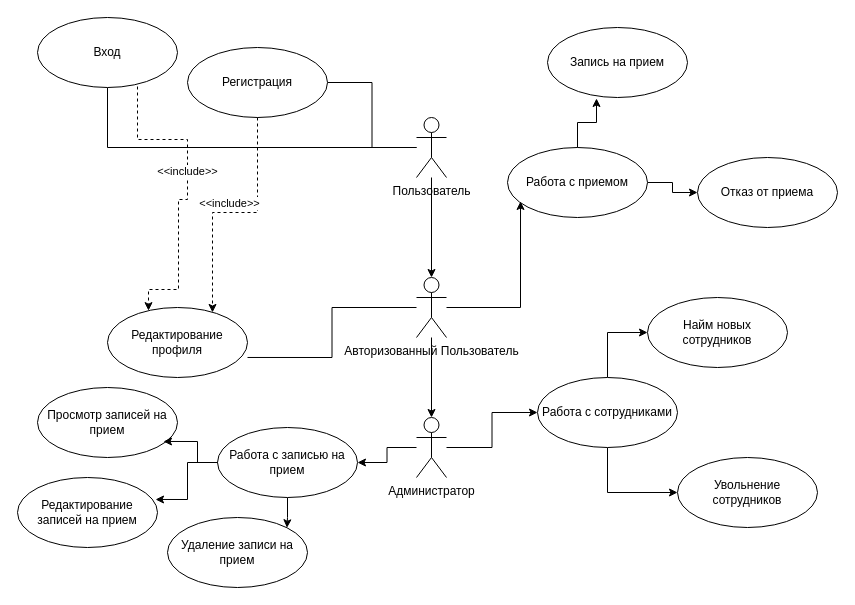
Above: UML/UML диаграмма.drawio in shtorm901/Beauty_Studio_Data_Base (draw.io), before the change. Source tidied: cells renumbered, new cells numbered last; positions are measured from the earlier drawing's top-left corner, leaving out a move shared by most shapes. Both pictures are drawn from the tidied source at 100%, with x=0, y=0 at pixel (17, 17).
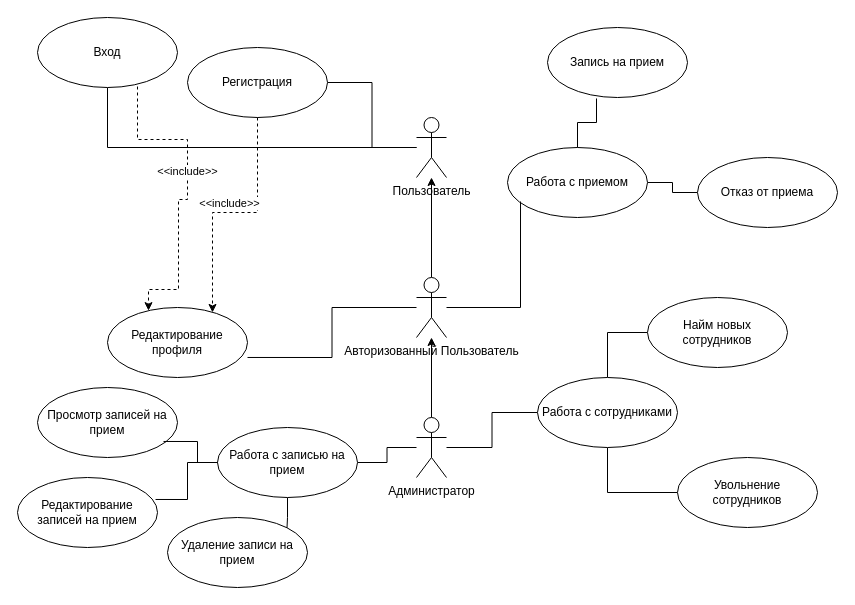
The same page after the edit.

Unchanged cells that the change refers to:
```xml
<mxCell id="5" value="Пользователь&lt;br&gt;" style="shape=umlActor;verticalLabelPosition=bottom;verticalAlign=top;html=1;outlineConnect=0;" parent="1" vertex="1">
  <mxGeometry x="399" y="100" width="30" height="60" as="geometry" />
</mxCell>
<mxCell id="7" value="Авторизованный Пользователь" style="shape=umlActor;verticalLabelPosition=bottom;verticalAlign=top;html=1;outlineConnect=0;" parent="1" vertex="1">
  <mxGeometry x="399" y="260" width="30" height="60" as="geometry" />
</mxCell>
<mxCell id="10" value="Администратор" style="shape=umlActor;verticalLabelPosition=bottom;verticalAlign=top;html=1;outlineConnect=0;" parent="1" vertex="1">
  <mxGeometry x="399" y="400" width="30" height="60" as="geometry" />
</mxCell>
<mxCell id="20" value="Работа с приемом" style="ellipse;whiteSpace=wrap;html=1;" parent="1" vertex="1">
  <mxGeometry x="490" y="130" width="140" height="70" as="geometry" />
</mxCell>
<mxCell id="22" value="Запись на прием" style="ellipse;whiteSpace=wrap;html=1;" parent="1" vertex="1">
  <mxGeometry x="530" y="10" width="140" height="70" as="geometry" />
</mxCell>
<mxCell id="24" value="Отказ от приема" style="ellipse;whiteSpace=wrap;html=1;" parent="1" vertex="1">
  <mxGeometry x="680" y="140" width="140" height="70" as="geometry" />
</mxCell>
<mxCell id="27" value="Работа с сотрудниками" style="ellipse;whiteSpace=wrap;html=1;" parent="1" vertex="1">
  <mxGeometry x="520" y="360" width="140" height="70" as="geometry" />
</mxCell>
<mxCell id="28" value="Найм новых сотрудников" style="ellipse;whiteSpace=wrap;html=1;" parent="1" vertex="1">
  <mxGeometry x="630" y="280" width="140" height="70" as="geometry" />
</mxCell>
<mxCell id="29" value="Увольнение сотрудников" style="ellipse;whiteSpace=wrap;html=1;" parent="1" vertex="1">
  <mxGeometry x="660" y="440" width="140" height="70" as="geometry" />
</mxCell>
<mxCell id="30" value="Просмотр записей на прием" style="ellipse;whiteSpace=wrap;html=1;" parent="1" vertex="1">
  <mxGeometry x="20" y="370" width="140" height="70" as="geometry" />
</mxCell>
<mxCell id="31" value="Редактирование записей на прием" style="ellipse;whiteSpace=wrap;html=1;" parent="1" vertex="1">
  <mxGeometry y="460" width="140" height="70" as="geometry" />
</mxCell>
<mxCell id="32" value="Удаление записи на прием" style="ellipse;whiteSpace=wrap;html=1;" parent="1" vertex="1">
  <mxGeometry x="150" y="500" width="140" height="70" as="geometry" />
</mxCell>
<mxCell id="34" value="Работа с записью на прием" style="ellipse;whiteSpace=wrap;html=1;" parent="1" vertex="1">
  <mxGeometry x="200" y="410" width="140" height="70" as="geometry" />
</mxCell>
```

The edit, as a diff of the source:
```diff
@@
-    <mxCell id="2" style="edgeStyle=orthogonalEdgeStyle;rounded=0;jettySize=auto;html=1;" parent="1" edge="1" source="5" target="7">
-      <mxGeometry relative="1" as="geometry" />
-    </mxCell>
@@
-    <mxCell id="6" style="edgeStyle=orthogonalEdgeStyle;rounded=0;jettySize=auto;html=1;" parent="1" edge="1" source="7" target="10">
-      <mxGeometry relative="1" as="geometry" />
-    </mxCell>
+    <mxCell id="37" style="edgeStyle=orthogonalEdgeStyle;rounded=0;jettySize=auto;html=1;" parent="1" edge="1" source="7" target="5">
+      <mxGeometry relative="1" as="geometry" />
+    </mxCell>
@@
-    <mxCell id="8" style="edgeStyle=orthogonalEdgeStyle;rounded=0;jettySize=auto;html=1;entryX=0;entryY=0.5;entryDx=0;entryDy=0;" parent="1" edge="1" source="10" target="27">
+    <mxCell id="8" style="edgeStyle=orthogonalEdgeStyle;rounded=0;jettySize=auto;html=1;entryX=0;entryY=0.5;entryDx=0;entryDy=0;endArrow=none;endFill=0;" parent="1" edge="1" source="10" target="27">
       <mxGeometry relative="1" as="geometry" />
     </mxCell>
-    <mxCell id="9" style="edgeStyle=orthogonalEdgeStyle;rounded=0;jettySize=auto;html=1;" parent="1" edge="1" source="10" target="34">
+    <mxCell id="9" style="edgeStyle=orthogonalEdgeStyle;rounded=0;jettySize=auto;html=1;endArrow=none;endFill=0;" parent="1" edge="1" source="10" target="34">
       <mxGeometry relative="1" as="geometry" />
     </mxCell>
+    <mxCell id="38" style="edgeStyle=orthogonalEdgeStyle;rounded=0;jettySize=auto;html=1;" parent="1" edge="1" source="10" target="7">
+      <mxGeometry relative="1" as="geometry" />
+    </mxCell>
@@
-    <mxCell id="19" style="edgeStyle=orthogonalEdgeStyle;rounded=0;jettySize=auto;html=1;" parent="1" edge="1" source="20" target="24">
+    <mxCell id="19" style="edgeStyle=orthogonalEdgeStyle;rounded=0;jettySize=auto;html=1;endArrow=none;endFill=0;" parent="1" edge="1" source="20" target="24">
       <mxGeometry relative="1" as="geometry" />
     </mxCell>
@@
-    <mxCell id="21" style="edgeStyle=orthogonalEdgeStyle;rounded=0;jettySize=auto;html=1;entryX=0.093;entryY=0.771;entryDx=0;entryDy=0;entryPerimeter=0;" parent="1" edge="1" source="7" target="20">
+    <mxCell id="21" style="edgeStyle=orthogonalEdgeStyle;rounded=0;jettySize=auto;html=1;entryX=0.093;entryY=0.771;entryDx=0;entryDy=0;entryPerimeter=0;endArrow=none;endFill=0;" parent="1" edge="1" source="7" target="20">
       <mxGeometry relative="1" as="geometry" />
     </mxCell>
@@
-    <mxCell id="23" style="edgeStyle=orthogonalEdgeStyle;rounded=0;jettySize=auto;html=1;entryX=0.35;entryY=1.014;entryDx=0;entryDy=0;entryPerimeter=0;" parent="1" edge="1" source="20" target="22">
+    <mxCell id="23" style="edgeStyle=orthogonalEdgeStyle;rounded=0;jettySize=auto;html=1;entryX=0.35;entryY=1.014;entryDx=0;entryDy=0;entryPerimeter=0;endArrow=none;endFill=0;" parent="1" edge="1" source="20" target="22">
       <mxGeometry relative="1" as="geometry" />
     </mxCell>
@@
-    <mxCell id="25" style="edgeStyle=orthogonalEdgeStyle;rounded=0;jettySize=auto;html=1;entryX=0;entryY=0.5;entryDx=0;entryDy=0;" parent="1" edge="1" source="27" target="28">
+    <mxCell id="25" style="edgeStyle=orthogonalEdgeStyle;rounded=0;jettySize=auto;html=1;entryX=0;entryY=0.5;entryDx=0;entryDy=0;endArrow=none;endFill=0;" parent="1" edge="1" source="27" target="28">
       <mxGeometry relative="1" as="geometry" />
     </mxCell>
-    <mxCell id="26" style="edgeStyle=orthogonalEdgeStyle;rounded=0;jettySize=auto;html=1;entryX=0;entryY=0.5;entryDx=0;entryDy=0;" parent="1" edge="1" source="27" target="29">
+    <mxCell id="26" style="edgeStyle=orthogonalEdgeStyle;rounded=0;jettySize=auto;html=1;entryX=0;entryY=0.5;entryDx=0;entryDy=0;endArrow=none;endFill=0;" parent="1" edge="1" source="27" target="29">
       <mxGeometry relative="1" as="geometry" />
     </mxCell>
@@
-    <mxCell id="33" style="edgeStyle=orthogonalEdgeStyle;rounded=0;jettySize=auto;html=1;entryX=1;entryY=0;entryDx=0;entryDy=0;" parent="1" edge="1" source="34" target="32">
+    <mxCell id="33" style="edgeStyle=orthogonalEdgeStyle;rounded=0;jettySize=auto;html=1;entryX=1;entryY=0;entryDx=0;entryDy=0;endArrow=none;endFill=0;" parent="1" edge="1" source="34" target="32">
       <mxGeometry relative="1" as="geometry" />
     </mxCell>
@@
-    <mxCell id="35" style="edgeStyle=orthogonalEdgeStyle;rounded=0;jettySize=auto;html=1;entryX=0.9;entryY=0.771;entryDx=0;entryDy=0;entryPerimeter=0;" parent="1" edge="1" source="34" target="30">
+    <mxCell id="35" style="edgeStyle=orthogonalEdgeStyle;rounded=0;jettySize=auto;html=1;entryX=0.9;entryY=0.771;entryDx=0;entryDy=0;entryPerimeter=0;endArrow=none;endFill=0;" parent="1" edge="1" source="34" target="30">
       <mxGeometry relative="1" as="geometry" />
     </mxCell>
-    <mxCell id="36" style="edgeStyle=orthogonalEdgeStyle;rounded=0;jettySize=auto;html=1;entryX=0.986;entryY=0.314;entryDx=0;entryDy=0;entryPerimeter=0;" parent="1" edge="1" source="34" target="31">
+    <mxCell id="36" style="edgeStyle=orthogonalEdgeStyle;rounded=0;jettySize=auto;html=1;entryX=0.986;entryY=0.314;entryDx=0;entryDy=0;entryPerimeter=0;endArrow=none;endFill=0;" parent="1" edge="1" source="34" target="31">
       <mxGeometry relative="1" as="geometry" />
     </mxCell>
```
